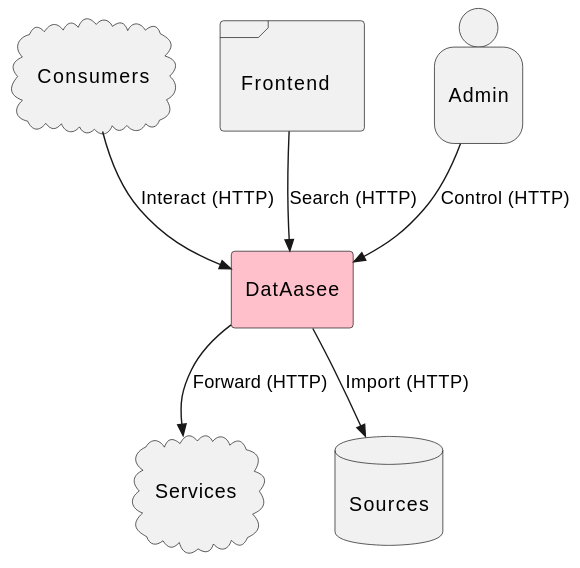
This is docs/images/context.svg from ulbmuenster/dataasee, a PlantUML export, as it was before one commit. Its source is kept beside it as docs/uml/context.puml.
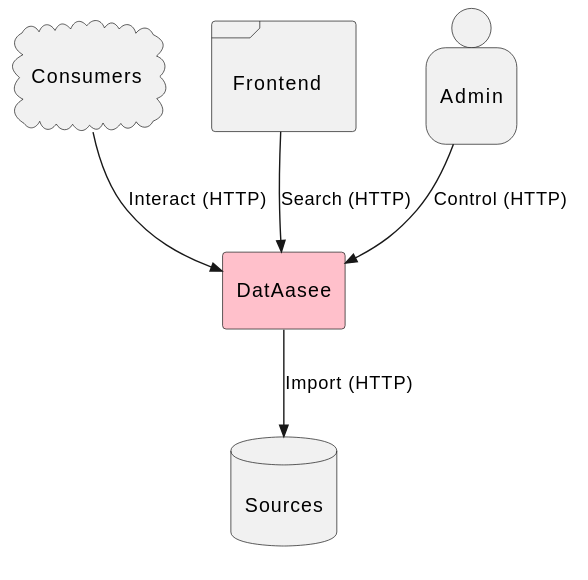
After the commit.

The edit, as a diff of the source:
```diff
@@ -3,12 +3,6 @@
 card dataasee #pink [
 
 DatAasee
-
-]
-
-cloud services [
-
-Services
 
 ]
 
@@ -23,6 +17,7 @@
 Consumers
 
 ]
+
 frame frontend [
 
 Frontend
@@ -35,8 +30,6 @@
 
 ]
 
-dataasee-->>services : Forward (HTTP)
-
 dataasee-->>sources : Import (HTTP)
 
 consumers-->>dataasee : Interact (HTTP)
```
